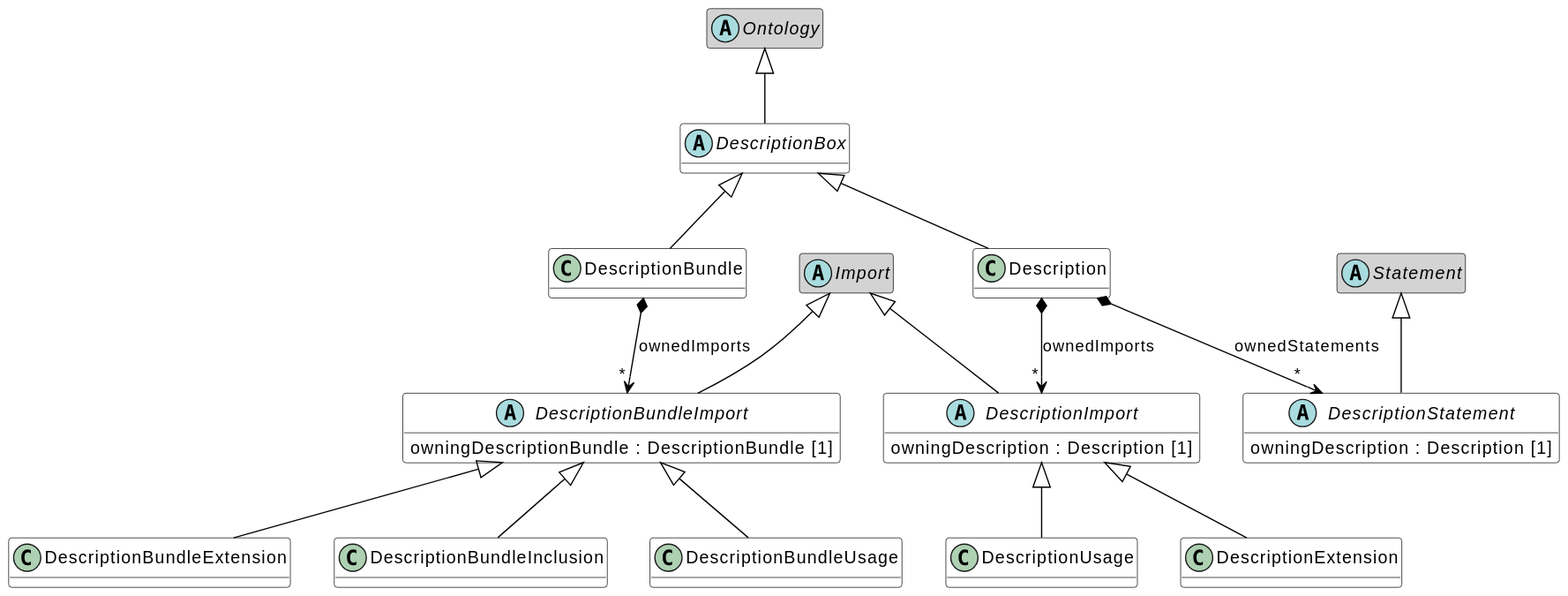
Above: images/oml-Descriptions.svg in opencaesar/oml (PlantUML), before the change.
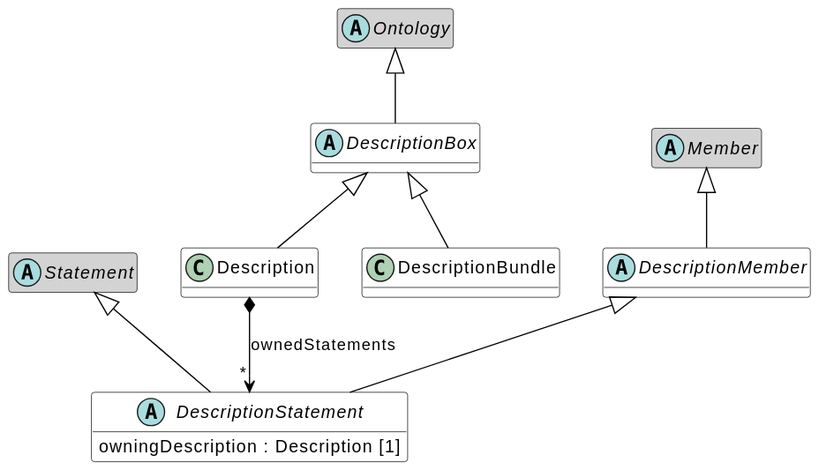
Above is the later version.

Diff of the diagram source:
```diff
@@ -7,7 +7,6 @@
 class Description [[#Description]] #white {
 }
 Description -up-|> DescriptionBox [[#DescriptionBox]]
-Description *--> "*" DescriptionImport : ownedImports
 Description *--> "*" DescriptionStatement : ownedStatements
 abstract class DescriptionBox [[#DescriptionBox]] #white {
 }
@@ -17,38 +16,16 @@
 class DescriptionBundle [[#DescriptionBundle]] #white {
 }
 DescriptionBundle -up-|> DescriptionBox [[#DescriptionBox]]
-DescriptionBundle *--> "*" DescriptionBundleImport : ownedImports
-class DescriptionBundleExtension [[#DescriptionBundleExtension]] #white {
+abstract class DescriptionMember [[#DescriptionMember]] #white {
 }
-DescriptionBundleExtension -up-|> DescriptionBundleImport [[#DescriptionBundleImport]]
-abstract class DescriptionBundleImport [[#DescriptionBundleImport]] #white {
-	owningDescriptionBundle : DescriptionBundle [1]
-}
-abstract class Import [[#Import]]
-hide Import members
-DescriptionBundleImport -up-|> Import [[#Import]]
-class DescriptionBundleInclusion [[#DescriptionBundleInclusion]] #white {
-}
-DescriptionBundleInclusion -up-|> DescriptionBundleImport [[#DescriptionBundleImport]]
-class DescriptionBundleUsage [[#DescriptionBundleUsage]] #white {
-}
-DescriptionBundleUsage -up-|> DescriptionBundleImport [[#DescriptionBundleImport]]
-class DescriptionExtension [[#DescriptionExtension]] #white {
-}
-DescriptionExtension -up-|> DescriptionImport [[#DescriptionImport]]
-abstract class DescriptionImport [[#DescriptionImport]] #white {
-	owningDescription : Description [1]
-}
-abstract class Import [[#Import]]
-hide Import members
-DescriptionImport -up-|> Import [[#Import]]
+abstract class Member [[#Member]]
+hide Member members
+DescriptionMember -up-|> Member [[#Member]]
 abstract class DescriptionStatement [[#DescriptionStatement]] #white {
 	owningDescription : Description [1]
 }
 abstract class Statement [[#Statement]]
 hide Statement members
 DescriptionStatement -up-|> Statement [[#Statement]]
-class DescriptionUsage [[#DescriptionUsage]] #white {
-}
-DescriptionUsage -up-|> DescriptionImport [[#DescriptionImport]]
+DescriptionStatement -up-|> DescriptionMember [[#DescriptionMember]]
 @enduml
```
